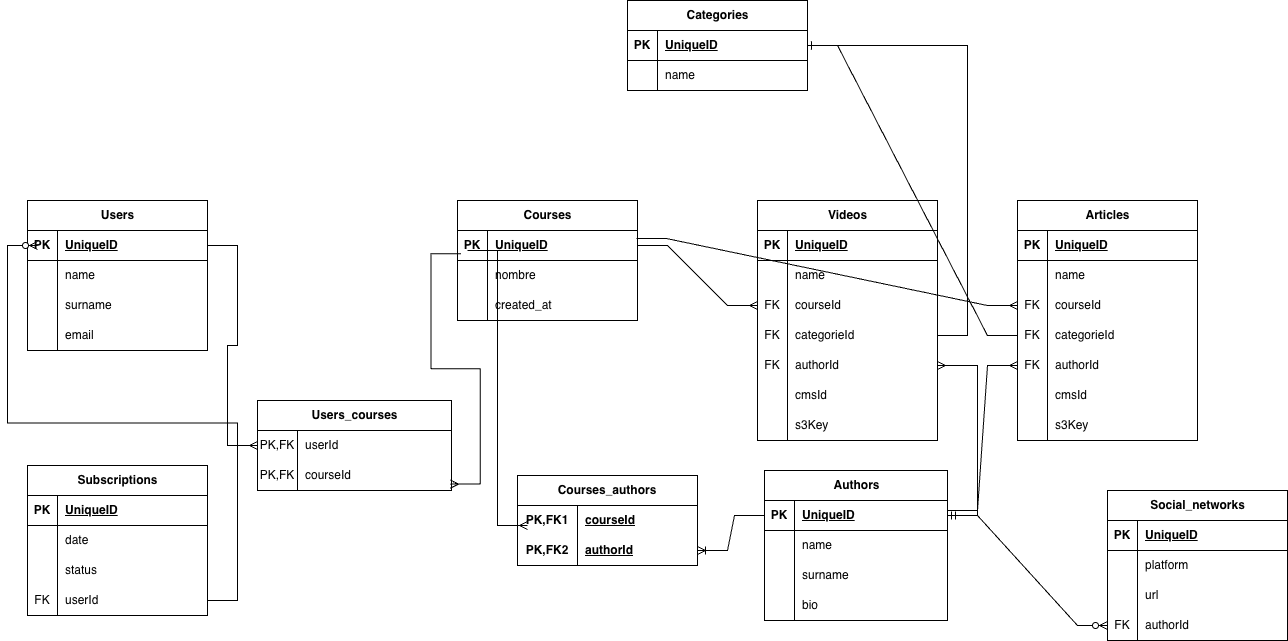
mablancoalvarez/e-learning-relacional-model keeps this draw.io diagram as basic-proposal/diagram/elearning-basic.drawio.png. Above is the earlier version. Source tidied: cells renumbered, new cells last; positions are measured from the earlier drawing's top-left corner, leaving out a move shared by most shapes.
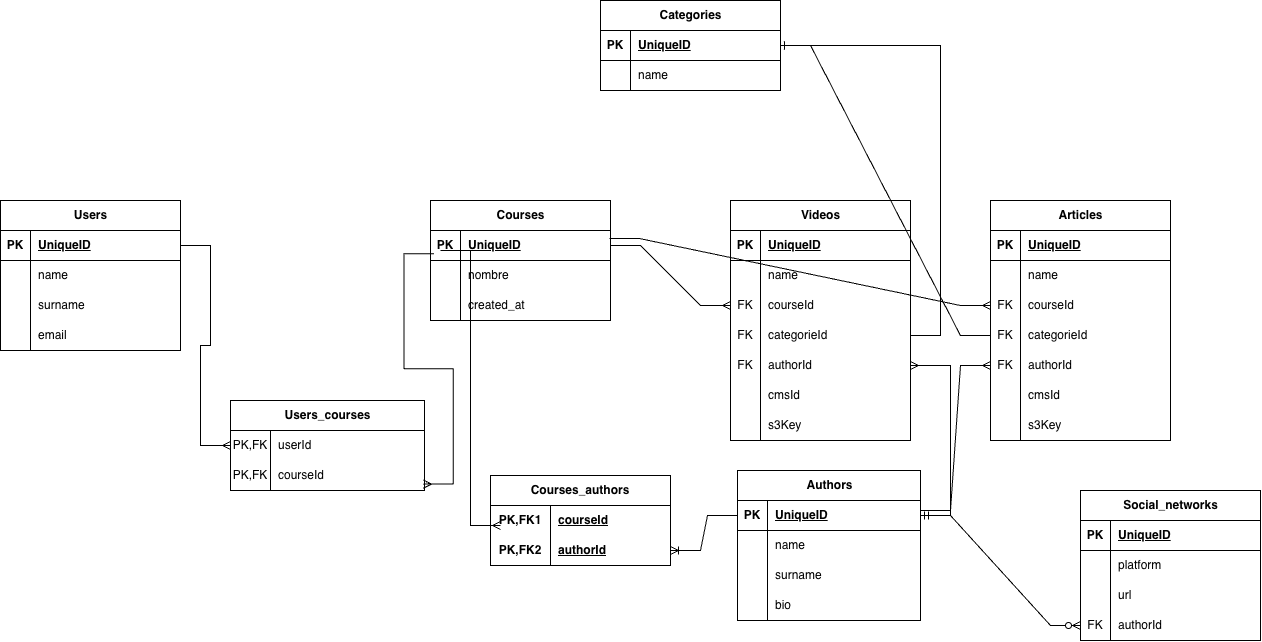
After the commit.

Commit message:
replace diagram with the correct files

Change to the diagram source:
```diff
@@ -92,50 +92,6 @@
     <mxCell id="31" value="courseId" style="shape=partialRectangle;fillColor=none;top=0;left=0;bottom=0;right=0;align=left;spacingLeft=6;overflow=hidden;whiteSpace=wrap;html=1;" parent="29" vertex="1">
       <mxGeometry x="40" width="154" height="30" as="geometry" />
     </mxCell>
-    <mxCell id="32" value="Subscriptions" style="shape=table;startSize=30;rowLines=0;fontStyle=1;align=center;html=1;" parent="1" vertex="1">
-      <mxGeometry y="465" width="180" height="150" as="geometry" />
-    </mxCell>
-    <mxCell id="33" style="shape=tableRow;horizontal=0;startSize=0;swimlaneHead=0;swimlaneBody=0;fillColor=none;top=0;left=0;right=0;bottom=1;" parent="32" vertex="1">
-      <mxGeometry y="30" width="180" height="30" as="geometry" />
-    </mxCell>
-    <mxCell id="34" value="PK" style="shape=partialRectangle;fillColor=none;top=0;left=0;bottom=0;right=0;fontStyle=1;overflow=hidden;whiteSpace=wrap;html=1;" parent="33" vertex="1">
-      <mxGeometry width="30" height="30" as="geometry" />
-    </mxCell>
-    <mxCell id="35" value="UniqueID" style="shape=partialRectangle;fillColor=none;top=0;left=0;bottom=0;right=0;align=left;spacingLeft=6;fontStyle=5;overflow=hidden;whiteSpace=wrap;html=1;" parent="33" vertex="1">
-      <mxGeometry x="30" width="150" height="30" as="geometry" />
-    </mxCell>
-    <mxCell id="36" style="shape=tableRow;horizontal=0;startSize=0;swimlaneHead=0;swimlaneBody=0;fillColor=none;top=0;left=0;right=0;bottom=0;" parent="32" vertex="1">
-      <mxGeometry y="60" width="180" height="30" as="geometry" />
-    </mxCell>
-    <mxCell id="37" style="shape=partialRectangle;fillColor=none;top=0;left=0;bottom=0;right=0;overflow=hidden;whiteSpace=wrap;html=1;" parent="36" vertex="1">
-      <mxGeometry width="30" height="30" as="geometry" />
-    </mxCell>
-    <mxCell id="38" value="date" style="shape=partialRectangle;fillColor=none;top=0;left=0;bottom=0;right=0;align=left;spacingLeft=6;overflow=hidden;whiteSpace=wrap;html=1;" parent="36" vertex="1">
-      <mxGeometry x="30" width="150" height="30" as="geometry" />
-    </mxCell>
-    <mxCell id="39" style="shape=tableRow;horizontal=0;startSize=0;swimlaneHead=0;swimlaneBody=0;fillColor=none;top=0;left=0;right=0;bottom=0;" parent="32" vertex="1">
-      <mxGeometry y="90" width="180" height="30" as="geometry" />
-    </mxCell>
-    <mxCell id="40" style="shape=partialRectangle;fillColor=none;top=0;left=0;bottom=0;right=0;overflow=hidden;whiteSpace=wrap;html=1;" parent="39" vertex="1">
-      <mxGeometry width="30" height="30" as="geometry" />
-    </mxCell>
-    <mxCell id="41" value="status" style="shape=partialRectangle;fillColor=none;top=0;left=0;bottom=0;right=0;align=left;spacingLeft=6;overflow=hidden;whiteSpace=wrap;html=1;" parent="39" vertex="1">
-      <mxGeometry x="30" width="150" height="30" as="geometry" />
-    </mxCell>
-    <mxCell id="42" style="shape=tableRow;horizontal=0;startSize=0;swimlaneHead=0;swimlaneBody=0;fillColor=none;points=[[0,0.5],[1,0.5]];portConstraint=eastwest;top=0;left=0;right=0;bottom=0;" parent="32" vertex="1">
-      <mxGeometry y="120" width="180" height="30" as="geometry" />
-    </mxCell>
-    <mxCell id="43" value="FK" style="shape=partialRectangle;fillColor=none;top=0;left=0;bottom=0;right=0;overflow=hidden;whiteSpace=wrap;html=1;" parent="42" vertex="1">
-      <mxGeometry width="30" height="30" as="geometry" />
-    </mxCell>
-    <mxCell id="44" value="userId" style="shape=partialRectangle;fillColor=none;top=0;left=0;bottom=0;right=0;align=left;spacingLeft=6;overflow=hidden;whiteSpace=wrap;html=1;" parent="42" vertex="1">
-      <mxGeometry x="30" width="150" height="30" as="geometry" />
-    </mxCell>
-    <mxCell id="45" style="edgeStyle=entityRelationEdgeStyle;fontSize=12;html=1;endArrow=ERzeroToMany;endFill=1;rounded=0;" parent="1" edge="1" source="42">
-      <mxGeometry relative="1" as="geometry">
-        <mxPoint x="10" y="245" as="targetPoint" />
-      </mxGeometry>
-    </mxCell>
     <mxCell id="46" style="edgeStyle=entityRelationEdgeStyle;fontSize=12;html=1;endArrow=ERmany;rounded=0;" parent="1" edge="1" source="3" target="26">
       <mxGeometry relative="1" as="geometry" />
     </mxCell>
```
